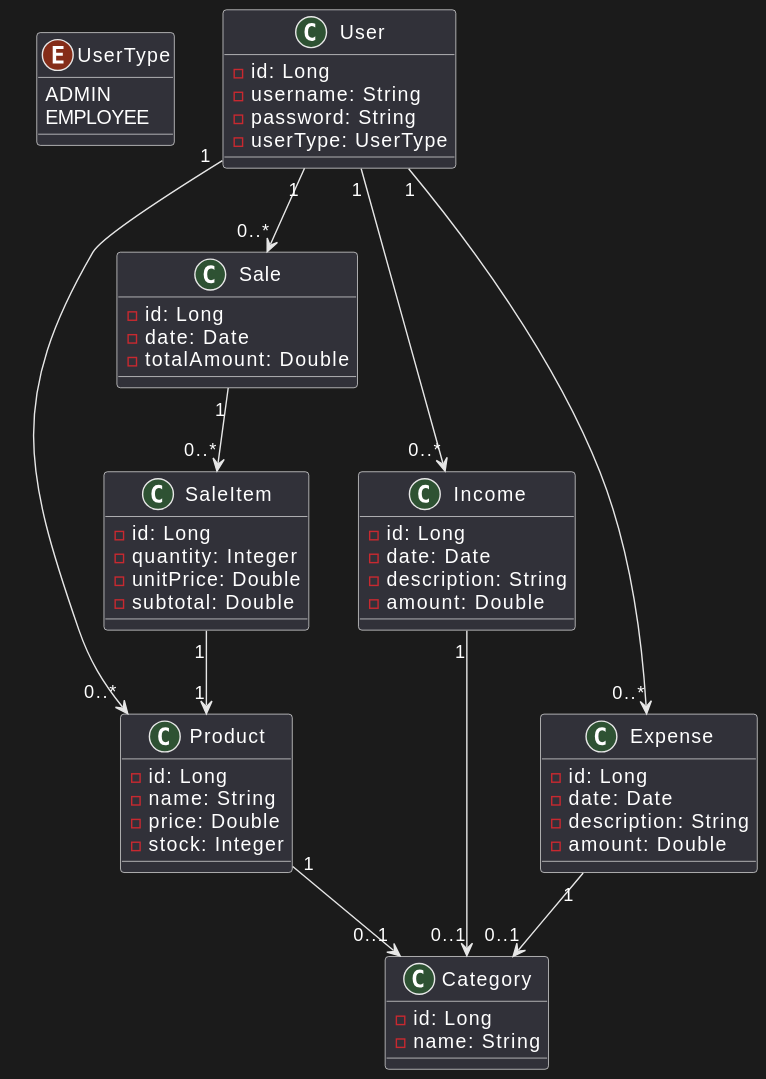
The PlantUML diagram UML/class-diagram.svg in dulphyj/bizzy, before a commit.
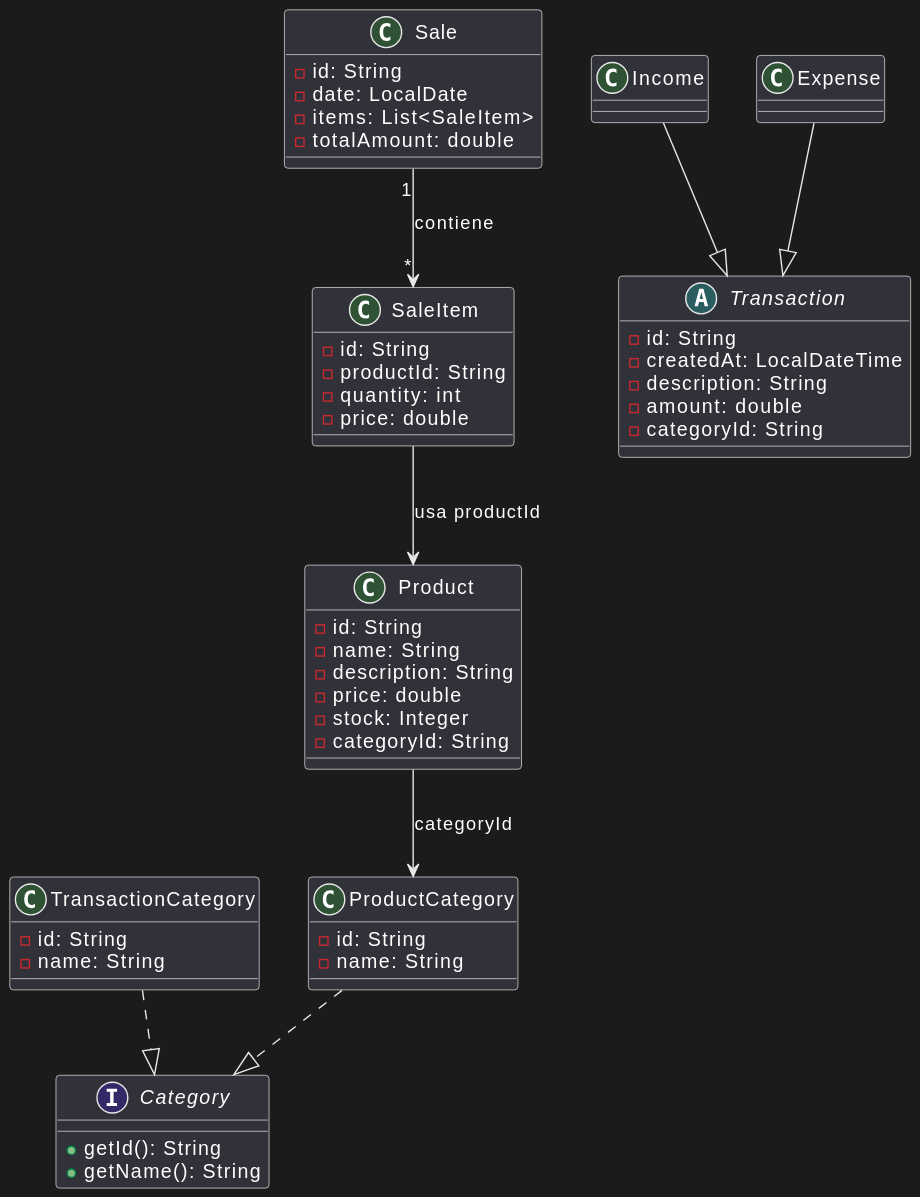
Later version of the same file.

Diff of the diagram source:
```diff
@@ -1,64 +1,59 @@
 @startuml
-enum UserType {
-  ADMIN
-  EMPLOYEE
+interface Category {
+    + getId(): String
+    + getName(): String
 }
 
-class User {
-  - id: Long
-  - username: String
-  - password: String
-  - userType: UserType
+class TransactionCategory {
+    - id: String
+    - name: String
+}
+TransactionCategory ..|> Category
+
+class ProductCategory {
+    - id: String
+    - name: String
+}
+ProductCategory ..|> Category
+
+abstract class Transaction {
+    - id: String
+    - createdAt: LocalDateTime
+    - description: String
+    - amount: double
+    - categoryId: String
 }
 
+class Income
+class Expense
+Income --|> Transaction
+Expense --|> Transaction
+
 class Product {
-  - id: Long
-  - name: String
-  - price: Double
-  - stock: Integer
+    - id: String
+    - name: String
+    - description: String
+    - price: double
+    - stock: Integer
+    - categoryId: String
+}
+
+Product --> ProductCategory : categoryId
+
+class SaleItem {
+    - id: String
+    - productId: String
+    - quantity: int
+    - price: double
 }
 
 class Sale {
-  - id: Long
-  - date: Date
-  - totalAmount: Double
+    - id: String
+    - date: LocalDate
+    - items: List<SaleItem>
+    - totalAmount: double
 }
 
-class SaleItem {
-  - id: Long
-  - quantity: Integer
-  - unitPrice: Double
-  - subtotal: Double
-}
-
-class Income {
-  - id: Long
-  - date: Date
-  - description: String
-  - amount: Double
-}
-
-class Expense {
-  - id: Long
-  - date: Date
-  - description: String
-  - amount: Double
-}
-
-class Category {
-  - id: Long
-  - name: String
-}
-
-User "1" --> "0..*" Income
-User "1" --> "0..*" Expense
-User "1" --> "0..*" Product
-User "1" --> "0..*" Sale
-
-Income "1" --> "0..1" Category
-Expense "1" --> "0..1" Category
-Product "1" --> "0..1" Category
-
-Sale "1" --> "0..*" SaleItem
-SaleItem "1" --> "1" Product
+Sale "1" --> "*" SaleItem : contiene
+SaleItem --> Product : usa productId
 @enduml
```
